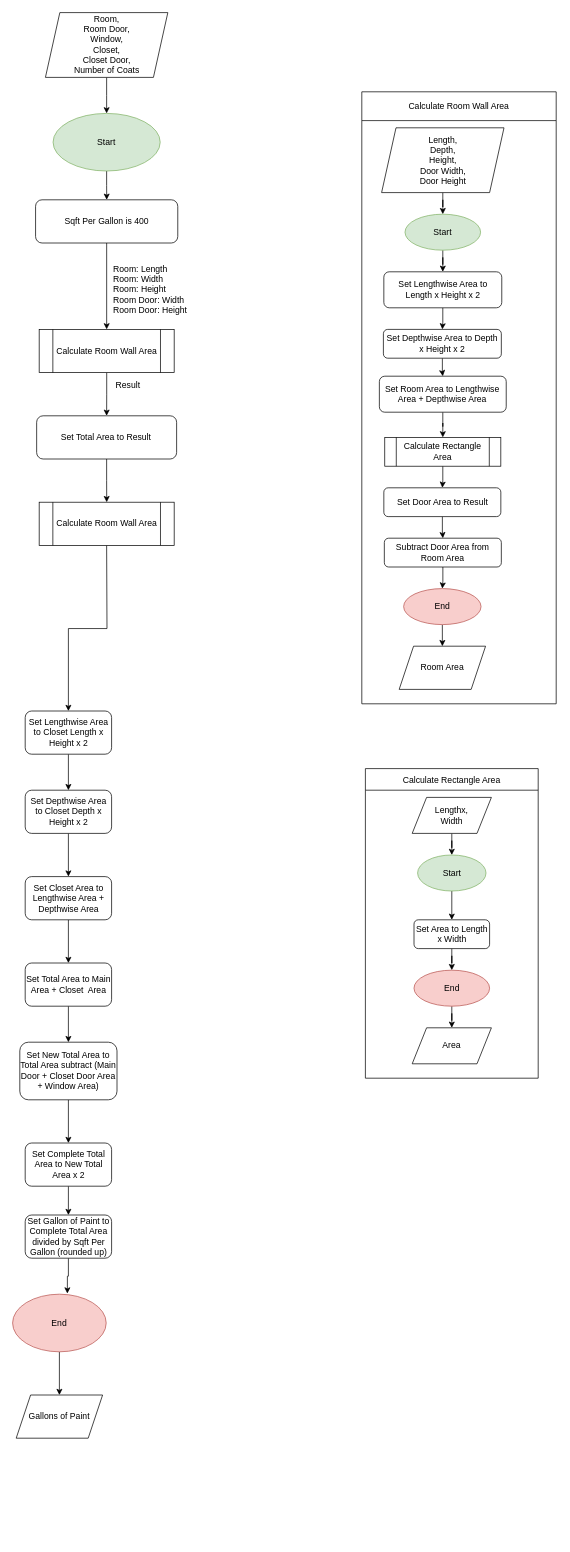
Earlier version of the draw.io diagram Paint Process 4 Diagram.drawio (matkiai/me_and_myself). Source tidied: cells renumbered, new cells numbered last; positions are measured from the earlier drawing's top-left corner, leaving out a move shared by most shapes. Both pictures are drawn from the tidied source at 72%, with x=0, y=0 at pixel (12, 12).
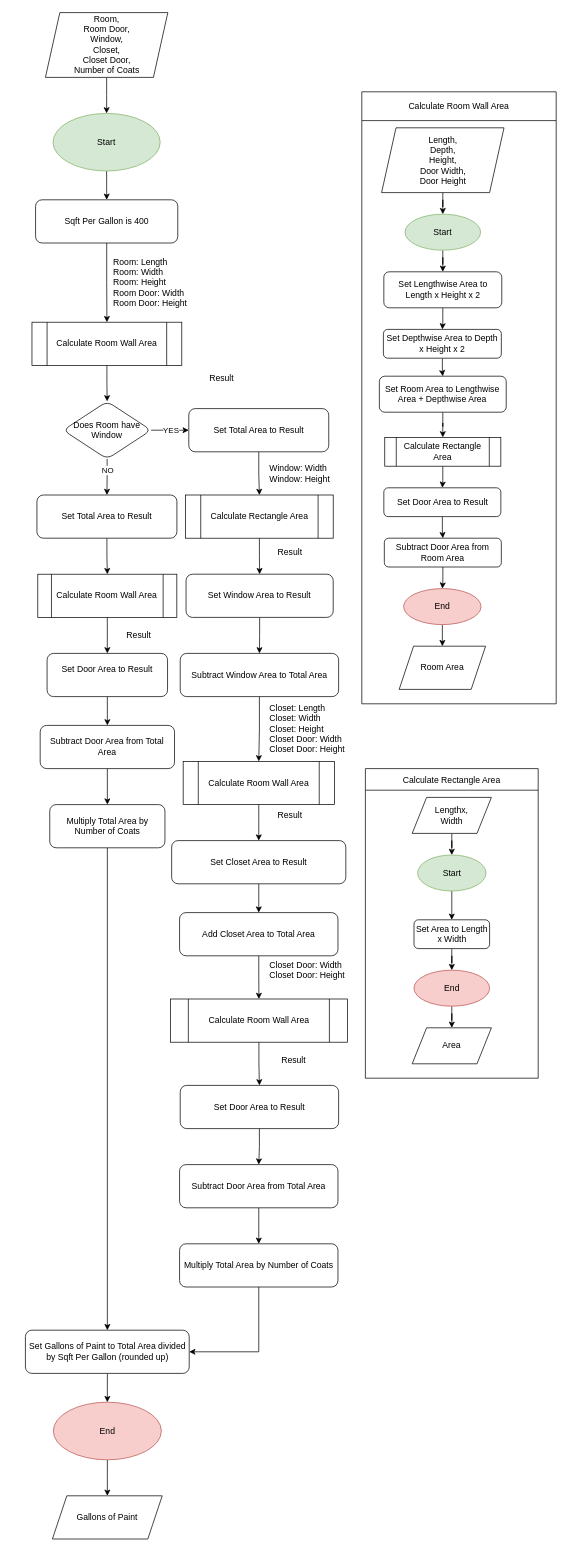
The same diagram, later.

Diff of the diagram source:
```diff
@@
-    <mxCell id="6" style="edgeStyle=orthogonalEdgeStyle;rounded=0;jettySize=auto;html=1;" parent="1" edge="1" source="7" target="66">
-      <mxGeometry relative="1" as="geometry" />
-    </mxCell>
+    <mxCell id="67" style="edgeStyle=orthogonalEdgeStyle;rounded=0;jettySize=auto;html=1;" parent="1" edge="1" source="7" target="72">
+      <mxGeometry relative="1" as="geometry" />
+    </mxCell>
     <mxCell id="7" value="Set Total Area to Result" style="rounded=1;whiteSpace=wrap;html=1;" parent="1" vertex="1">
-      <mxGeometry x="33.4" y="560" width="194.4" height="60" as="geometry" />
+      <mxGeometry x="244.7" y="550" width="194.4" height="60" as="geometry" />
     </mxCell>
-    <mxCell id="8" style="edgeStyle=orthogonalEdgeStyle;rounded=0;jettySize=auto;html=1;" parent="1" edge="1" target="10">
-      <mxGeometry relative="1" as="geometry">
-        <mxPoint x="130.6" y="740" as="sourcePoint" />
-      </mxGeometry>
-    </mxCell>
-    <mxCell id="9" style="edgeStyle=orthogonalEdgeStyle;rounded=0;jettySize=auto;html=1;" parent="1" edge="1" source="10" target="12">
-      <mxGeometry relative="1" as="geometry" />
-    </mxCell>
-    <mxCell id="10" value="Set Lengthwise Area to Closet Length x Height x 2" style="rounded=1;whiteSpace=wrap;html=1;" parent="1" vertex="1">
-      <mxGeometry x="17.5" y="970" width="120" height="60" as="geometry" />
-    </mxCell>
@@
-    <mxCell id="12" value="Set Depthwise Area to Closet Depth x Height x 2" style="rounded=1;whiteSpace=wrap;html=1;" parent="1" vertex="1">
-      <mxGeometry x="17.5" y="1080" width="120" height="60" as="geometry" />
+    <mxCell id="12" value="Set Window Area to Result" style="rounded=1;whiteSpace=wrap;html=1;" parent="1" vertex="1">
+      <mxGeometry x="240.9" y="780" width="204.4" height="60" as="geometry" />
     </mxCell>
-    <mxCell id="13" style="edgeStyle=orthogonalEdgeStyle;rounded=0;jettySize=auto;html=1;" parent="1" edge="1" source="14" target="16">
-      <mxGeometry relative="1" as="geometry" />
-    </mxCell>
+    <mxCell id="68" style="edgeStyle=orthogonalEdgeStyle;rounded=0;jettySize=auto;html=1;" parent="1" edge="1" source="14" target="76">
+      <mxGeometry relative="1" as="geometry" />
+    </mxCell>
-    <mxCell id="14" value="Set Closet Area to Lengthwise Area + Depthwise Area" style="rounded=1;whiteSpace=wrap;html=1;" parent="1" vertex="1">
-      <mxGeometry x="17.5" y="1200" width="120" height="60" as="geometry" />
+    <mxCell id="14" value="Subtract Window Area to Total Area" style="rounded=1;whiteSpace=wrap;html=1;" parent="1" vertex="1">
+      <mxGeometry x="232.8" y="890" width="220" height="60" as="geometry" />
     </mxCell>
-    <mxCell id="15" style="edgeStyle=orthogonalEdgeStyle;rounded=0;jettySize=auto;html=1;" parent="1" edge="1" source="16" target="18">
-      <mxGeometry relative="1" as="geometry" />
-    </mxCell>
-    <mxCell id="16" value="Set Total Area to Main Area + Closet&amp;nbsp; Area" style="rounded=1;whiteSpace=wrap;html=1;" parent="1" vertex="1">
-      <mxGeometry x="17.5" y="1320" width="120" height="60" as="geometry" />
-    </mxCell>
@@
-    <mxCell id="18" value="Set New Total Area to Total Area subtract (Main Door + Closet Door Area + Window Area)" style="rounded=1;whiteSpace=wrap;html=1;" parent="1" vertex="1">
-      <mxGeometry x="10" y="1430" width="135" height="80" as="geometry" />
+    <mxCell id="18" value="Set Closet Area to Result" style="rounded=1;whiteSpace=wrap;html=1;" parent="1" vertex="1">
+      <mxGeometry x="220.9" y="1150" width="241.9" height="60" as="geometry" />
     </mxCell>
-    <mxCell id="19" style="edgeStyle=orthogonalEdgeStyle;rounded=0;jettySize=auto;html=1;" parent="1" edge="1" source="20" target="22">
-      <mxGeometry relative="1" as="geometry" />
-    </mxCell>
+    <mxCell id="69" style="edgeStyle=orthogonalEdgeStyle;rounded=0;jettySize=auto;html=1;" parent="1" edge="1" source="20" target="81">
+      <mxGeometry relative="1" as="geometry" />
+    </mxCell>
-    <mxCell id="20" value="Set Complete Total Area to New Total Area x 2" style="rounded=1;whiteSpace=wrap;html=1;" parent="1" vertex="1">
-      <mxGeometry x="17.5" y="1570" width="120" height="60" as="geometry" />
+    <mxCell id="20" value="Add Closet Area to Total Area" style="rounded=1;whiteSpace=wrap;html=1;" parent="1" vertex="1">
+      <mxGeometry x="231.9" y="1250" width="220" height="60" as="geometry" />
     </mxCell>
-    <mxCell id="21" style="edgeStyle=orthogonalEdgeStyle;rounded=0;jettySize=auto;html=1;entryX=0.585;entryY=-0.012;entryDx=0;entryDy=0;entryPerimeter=0;" parent="1" edge="1" source="22" target="27">
+    <mxCell id="21" style="edgeStyle=orthogonalEdgeStyle;rounded=0;jettySize=auto;html=1;" parent="1" edge="1" source="22" target="27">
       <mxGeometry relative="1" as="geometry" />
     </mxCell>
-    <mxCell id="22" value="Set Gallon of Paint to Complete Total Area divided by Sqft Per Gallon (rounded up)" style="rounded=1;whiteSpace=wrap;html=1;" parent="1" vertex="1">
-      <mxGeometry x="17.5" y="1670" width="120" height="60" as="geometry" />
+    <mxCell id="22" value="Set Gallons of Paint to Total Area divided by Sqft Per Gallon (rounded up)" style="rounded=1;whiteSpace=wrap;html=1;" parent="1" vertex="1">
+      <mxGeometry x="17.8" y="1830" width="227.5" height="60" as="geometry" />
     </mxCell>
@@
     <mxCell id="24" value="Gallons of Paint" style="shape=parallelogram;perimeter=parallelogramPerimeter;whiteSpace=wrap;html=1;fixedSize=1;" parent="1" vertex="1">
-      <mxGeometry x="5" y="1920" width="120" height="60" as="geometry" />
+      <mxGeometry x="55.3" y="2060" width="152.5" height="60" as="geometry" />
     </mxCell>
@@
     <mxCell id="27" value="End" style="ellipse;whiteSpace=wrap;html=1;fillColor=#f8cecc;strokeColor=#b85450;" parent="1" vertex="1">
-      <mxGeometry y="1780" width="130" height="80" as="geometry" />
+      <mxGeometry x="56.6" y="1930" width="150" height="80" as="geometry" />
     </mxCell>
@@
-    <mxCell id="50" style="edgeStyle=orthogonalEdgeStyle;rounded=0;jettySize=auto;html=1;" parent="1" edge="1" source="51" target="7">
-      <mxGeometry relative="1" as="geometry" />
-    </mxCell>
+    <mxCell id="70" style="edgeStyle=orthogonalEdgeStyle;rounded=0;jettySize=auto;html=1;" parent="1" edge="1" source="51" target="93">
+      <mxGeometry relative="1" as="geometry" />
+    </mxCell>
     <mxCell id="51" value="Calculate Room Wall Area" style="shape=process;whiteSpace=wrap;html=1;backgroundOutline=1;" parent="1" vertex="1">
-      <mxGeometry x="36.9" y="440" width="187.5" height="60" as="geometry" />
+      <mxGeometry x="26.9" y="430" width="208.1" height="60" as="geometry" />
     </mxCell>
@@
     <mxCell id="64" value="&lt;div&gt;Room: Length&lt;/div&gt;&lt;div&gt;Room: Width&lt;/div&gt;&lt;div&gt;Room: Height&lt;/div&gt;&lt;div&gt;Room Door: Width&lt;/div&gt;&lt;div&gt;Room Door: Height&lt;br&gt;&lt;/div&gt;" style="text;html=1;align=left;verticalAlign=middle;strokeColor=none;fillColor=none;" parent="1" vertex="1">
-      <mxGeometry x="137.5" y="340" width="130" height="90" as="geometry" />
+      <mxGeometry x="137.5" y="330" width="130" height="90" as="geometry" />
     </mxCell>
     <mxCell id="65" value="&lt;div&gt;&lt;br&gt;&lt;/div&gt;&lt;div&gt;Result&lt;br&gt;&lt;/div&gt;" style="text;html=1;align=center;verticalAlign=middle;strokeColor=none;fillColor=none;" parent="1" vertex="1">
-      <mxGeometry x="130" y="490" width="60" height="40" as="geometry" />
+      <mxGeometry x="260.3" y="480" width="60" height="40" as="geometry" />
     </mxCell>
-    <mxCell id="66" value="Calculate Room Wall Area" style="shape=process;whiteSpace=wrap;html=1;backgroundOutline=1;" parent="1" vertex="1">
-      <mxGeometry x="36.9" y="680" width="187.5" height="60" as="geometry" />
-    </mxCell>
+    <mxCell id="71" style="edgeStyle=orthogonalEdgeStyle;rounded=0;jettySize=auto;html=1;" parent="1" edge="1" source="72" target="12">
+      <mxGeometry relative="1" as="geometry" />
+    </mxCell>
+    <mxCell id="72" value="Calculate Rectangle Area" style="shape=process;whiteSpace=wrap;html=1;backgroundOutline=1;" parent="1" vertex="1">
+      <mxGeometry x="240.3" y="670" width="205" height="60" as="geometry" />
+    </mxCell>
+    <mxCell id="73" value="Result" style="text;html=1;align=center;verticalAlign=middle;strokeColor=none;fillColor=none;" parent="1" vertex="1">
+      <mxGeometry x="355" y="735" width="60" height="30" as="geometry" />
+    </mxCell>
+    <mxCell id="74" value="&lt;div&gt;Window: Width&lt;/div&gt;&lt;div&gt;Window: Height&lt;br&gt;&lt;/div&gt;" style="text;html=1;align=left;verticalAlign=middle;strokeColor=none;fillColor=none;" parent="1" vertex="1">
+      <mxGeometry x="355" y="620" width="110" height="40" as="geometry" />
+    </mxCell>
+    <mxCell id="75" style="edgeStyle=orthogonalEdgeStyle;rounded=0;jettySize=auto;html=1;" parent="1" edge="1" source="76" target="18">
+      <mxGeometry relative="1" as="geometry" />
+    </mxCell>
+    <mxCell id="76" value="Calculate Room Wall Area" style="shape=process;whiteSpace=wrap;html=1;backgroundOutline=1;" parent="1" vertex="1">
+      <mxGeometry x="236.9" y="1040" width="210" height="60" as="geometry" />
+    </mxCell>
+    <mxCell id="77" value="&lt;div align=&quot;left&quot;&gt;Closet: Length&lt;/div&gt;&lt;div align=&quot;left&quot;&gt;Closet: Width&lt;/div&gt;&lt;div align=&quot;left&quot;&gt;Closet: Height&lt;/div&gt;&lt;div align=&quot;left&quot;&gt;Closet Door: Width&lt;/div&gt;&lt;div align=&quot;left&quot;&gt;Closet Door: Height&lt;br&gt;&lt;/div&gt;" style="text;html=1;align=left;verticalAlign=middle;strokeColor=none;fillColor=none;" parent="1" vertex="1">
+      <mxGeometry x="355" y="950" width="130" height="90" as="geometry" />
+    </mxCell>
+    <mxCell id="78" value="Result" style="text;html=1;align=center;verticalAlign=middle;strokeColor=none;fillColor=none;" parent="1" vertex="1">
+      <mxGeometry x="355" y="1100" width="60" height="30" as="geometry" />
+    </mxCell>
+    <mxCell id="79" value="&lt;div&gt;Closet Door: Width&lt;/div&gt;&lt;div&gt;Closet Door: Height&lt;/div&gt;" style="text;html=1;align=left;verticalAlign=middle;strokeColor=none;fillColor=none;" parent="1" vertex="1">
+      <mxGeometry x="355" y="1310" width="130" height="40" as="geometry" />
+    </mxCell>
+    <mxCell id="80" style="edgeStyle=orthogonalEdgeStyle;rounded=0;jettySize=auto;html=1;" parent="1" edge="1" source="81" target="84">
+      <mxGeometry relative="1" as="geometry" />
+    </mxCell>
+    <mxCell id="81" value="Calculate Room Wall Area" style="shape=process;whiteSpace=wrap;html=1;backgroundOutline=1;" parent="1" vertex="1">
+      <mxGeometry x="219.1" y="1370" width="245.9" height="60" as="geometry" />
+    </mxCell>
+    <mxCell id="82" value="Result" style="text;html=1;align=center;verticalAlign=middle;strokeColor=none;fillColor=none;" parent="1" vertex="1">
+      <mxGeometry x="360" y="1440" width="60" height="30" as="geometry" />
+    </mxCell>
+    <mxCell id="83" style="edgeStyle=orthogonalEdgeStyle;rounded=0;jettySize=auto;html=1;" parent="1" edge="1" source="84" target="86">
+      <mxGeometry relative="1" as="geometry" />
+    </mxCell>
+    <mxCell id="84" value="Set Door Area to Result" style="rounded=1;whiteSpace=wrap;html=1;" parent="1" vertex="1">
+      <mxGeometry x="232.8" y="1490" width="220" height="60" as="geometry" />
+    </mxCell>
+    <mxCell id="85" style="edgeStyle=orthogonalEdgeStyle;rounded=0;jettySize=auto;html=1;" parent="1" edge="1" source="86" target="88">
+      <mxGeometry relative="1" as="geometry" />
+    </mxCell>
+    <mxCell id="86" value="Subtract Door Area from Total Area" style="rounded=1;whiteSpace=wrap;html=1;" parent="1" vertex="1">
+      <mxGeometry x="231.9" y="1600" width="220" height="60" as="geometry" />
+    </mxCell>
+    <mxCell id="87" style="edgeStyle=orthogonalEdgeStyle;rounded=0;jettySize=auto;html=1;entryX=1;entryY=0.5;entryDx=0;entryDy=0;" parent="1" edge="1" source="88" target="22">
+      <mxGeometry relative="1" as="geometry" />
+    </mxCell>
+    <mxCell id="88" value="Multiply Total Area by Number of Coats" style="rounded=1;whiteSpace=wrap;html=1;" parent="1" vertex="1">
+      <mxGeometry x="231.9" y="1710" width="220" height="60" as="geometry" />
+    </mxCell>
+    <mxCell id="89" style="edgeStyle=orthogonalEdgeStyle;rounded=0;jettySize=auto;html=1;" parent="1" edge="1" source="93" target="95">
+      <mxGeometry relative="1" as="geometry" />
+    </mxCell>
+    <mxCell id="90" value="NO" style="edgeLabel;html=1;align=center;verticalAlign=middle;" parent="89" vertex="1">
+      <mxGeometry x="-0.4" relative="1" as="geometry" />
+    </mxCell>
+    <mxCell id="91" style="edgeStyle=orthogonalEdgeStyle;rounded=0;jettySize=auto;html=1;" parent="1" edge="1" source="93" target="7">
+      <mxGeometry relative="1" as="geometry" />
+    </mxCell>
+    <mxCell id="92" value="YES" style="edgeLabel;html=1;align=center;verticalAlign=middle;" parent="91" vertex="1">
+      <mxGeometry x="0.02" relative="1" as="geometry" />
+    </mxCell>
+    <mxCell id="93" value="Does Room have Window" style="rhombus;whiteSpace=wrap;html=1;rounded=1;" parent="1" vertex="1">
+      <mxGeometry x="70.2" y="540" width="122.2" height="80" as="geometry" />
+    </mxCell>
+    <mxCell id="94" style="edgeStyle=orthogonalEdgeStyle;rounded=0;jettySize=auto;html=1;" parent="1" edge="1" source="95" target="97">
+      <mxGeometry relative="1" as="geometry" />
+    </mxCell>
+    <mxCell id="95" value="Set Total Area to Result" style="rounded=1;whiteSpace=wrap;html=1;" parent="1" vertex="1">
+      <mxGeometry x="33.8" y="670" width="194.4" height="60" as="geometry" />
+    </mxCell>
+    <mxCell id="96" style="edgeStyle=orthogonalEdgeStyle;rounded=0;jettySize=auto;html=1;" parent="1" edge="1" source="97" target="100">
+      <mxGeometry relative="1" as="geometry" />
+    </mxCell>
+    <mxCell id="97" value="Calculate Room Wall Area" style="shape=process;whiteSpace=wrap;html=1;backgroundOutline=1;" parent="1" vertex="1">
+      <mxGeometry x="35" y="780" width="193.1" height="60" as="geometry" />
+    </mxCell>
+    <mxCell id="98" value="Result" style="text;html=1;align=center;verticalAlign=middle;strokeColor=none;fillColor=none;" parent="1" vertex="1">
+      <mxGeometry x="145" y="850" width="60" height="30" as="geometry" />
+    </mxCell>
+    <mxCell id="99" style="edgeStyle=orthogonalEdgeStyle;rounded=0;jettySize=auto;html=1;" parent="1" edge="1" source="100" target="102">
+      <mxGeometry relative="1" as="geometry" />
+    </mxCell>
+    <mxCell id="100" value="&#10;Set Door Area to Result&#10;&#10;" style="rounded=1;whiteSpace=wrap;html=1;" parent="1" vertex="1">
+      <mxGeometry x="47.9" y="890" width="167.3" height="60" as="geometry" />
+    </mxCell>
+    <mxCell id="101" style="edgeStyle=orthogonalEdgeStyle;rounded=0;jettySize=auto;html=1;" parent="1" edge="1" source="102" target="104">
+      <mxGeometry relative="1" as="geometry" />
+    </mxCell>
+    <mxCell id="102" value="Subtract Door Area from Total Area" style="rounded=1;whiteSpace=wrap;html=1;" parent="1" vertex="1">
+      <mxGeometry x="38.3" y="990" width="186.6" height="60" as="geometry" />
+    </mxCell>
+    <mxCell id="103" style="edgeStyle=orthogonalEdgeStyle;rounded=0;jettySize=auto;html=1;" parent="1" edge="1" source="104" target="22">
+      <mxGeometry relative="1" as="geometry" />
+    </mxCell>
+    <mxCell id="104" value="Multiply Total Area by Number of Coats" style="rounded=1;whiteSpace=wrap;html=1;" parent="1" vertex="1">
+      <mxGeometry x="51.6" y="1100" width="160" height="60" as="geometry" />
+    </mxCell>
```
